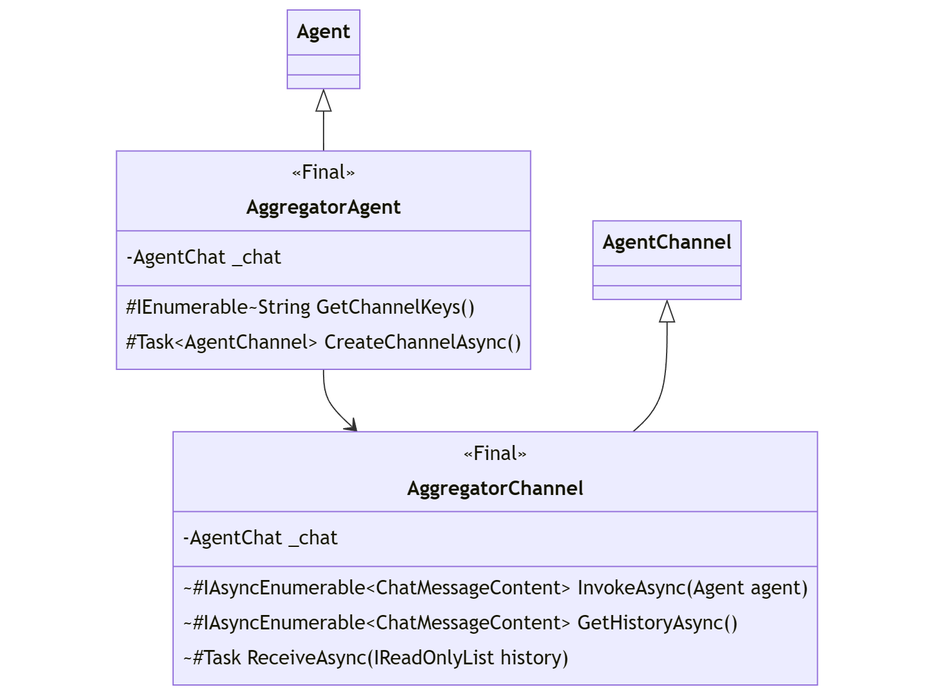
Above: docs/decisions/diagrams/agent-aggregator.png in microsoft/semantic-kernel (Mermaid), before the change. Its source is kept beside it as docs/decisions/diagrams/agent-aggregator.mmd.
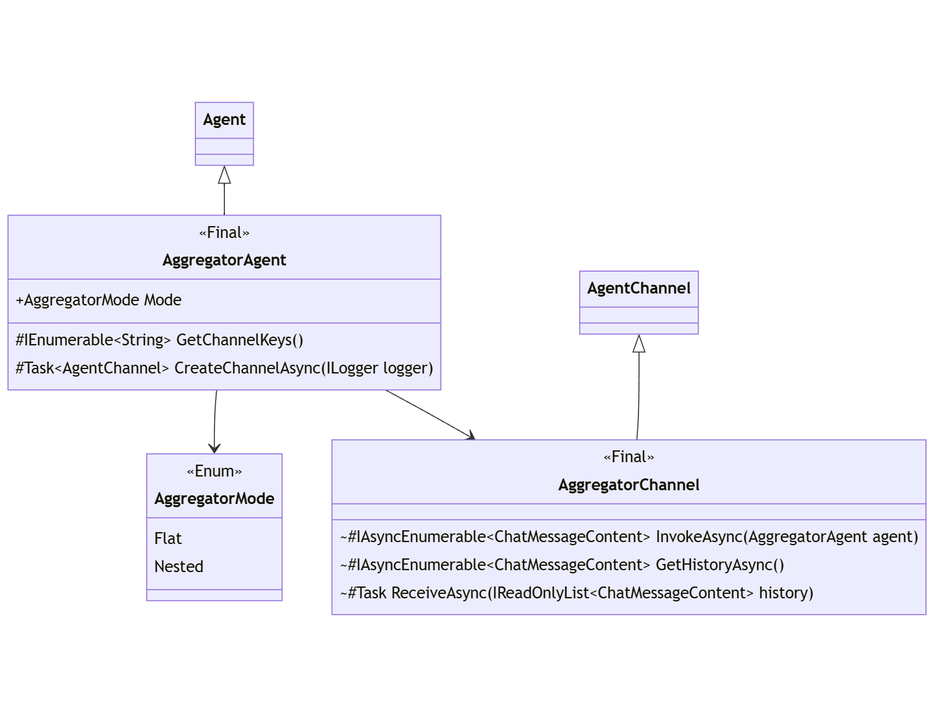
After the change.

Diff of the diagram source:
```diff
@@ -3,20 +3,26 @@
     Agent
     AgentChannel
 
+    AggregatorAgent --> AggregatorMode
+    class AggregatorMode {
+        <<Enum>>
+        Flat
+        Nested
+    }
+
     Agent <|-- AggregatorAgent
     AggregatorAgent --> AggregatorChannel
     class AggregatorAgent {
         <<Final>>
-        -AgentChat _chat
-        #IEnumerable~String GetChannelKeys()
-        #Task~AgentChannel~ CreateChannelAsync()
+        +AggregatorMode Mode
+        #IEnumerable~String~ GetChannelKeys()
+        #Task~AgentChannel~ CreateChannelAsync(ILogger logger)
     }
 
     AgentChannel <|-- AggregatorChannel
     class AggregatorChannel {
         <<Final>>
-        -AgentChat _chat
-        ~#IAsyncEnumerable~ChatMessageContent~ InvokeAsync(Agent agent)
+        ~#IAsyncEnumerable~ChatMessageContent~ InvokeAsync(AggregatorAgent agent)
         ~#IAsyncEnumerable~ChatMessageContent~ GetHistoryAsync()
-        ~#Task ReceiveAsync(IReadOnlyList<ChatMessageContent> history)
+        ~#Task ReceiveAsync(IReadOnlyList~ChatMessageContent~ history)
     }
```
